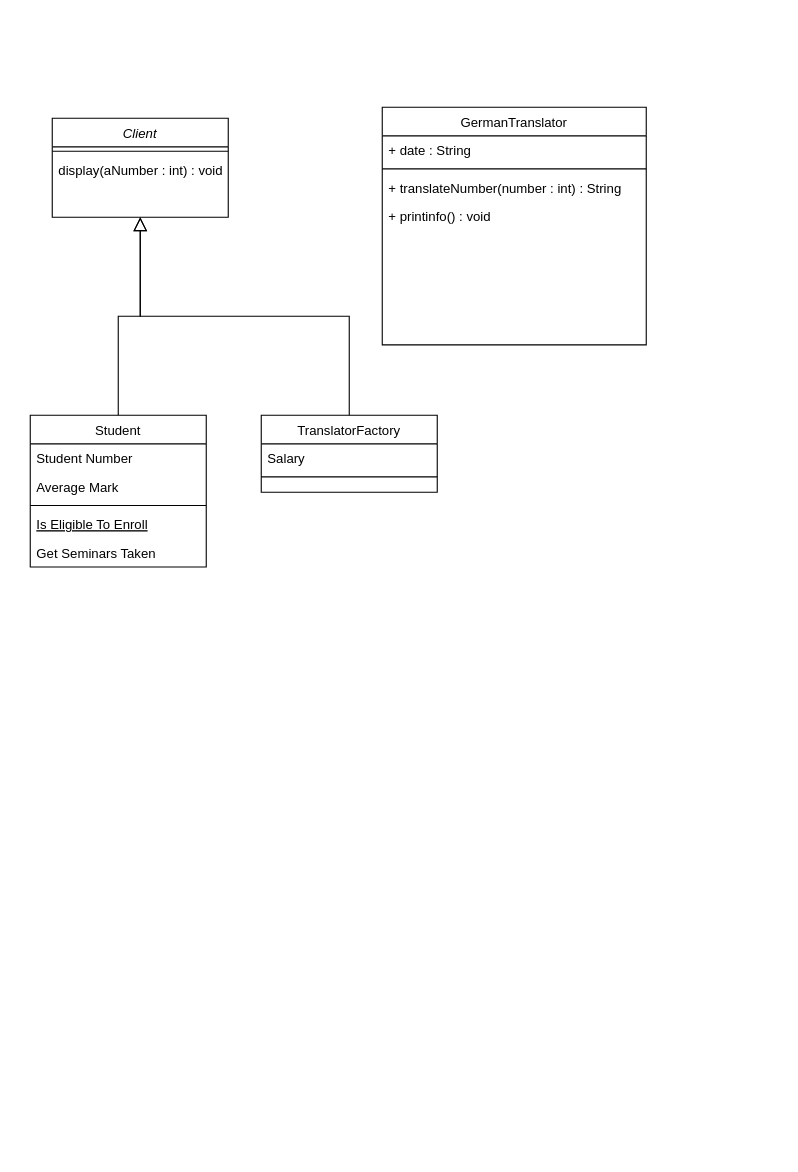
topgnikita/se1 keeps this draw.io diagram as uebung1_2.drawio. Above is the earlier version. Source tidied: cells renumbered, new cells numbered last; positions are measured from the earlier drawing's top-left corner, leaving out a move shared by most shapes. Both pictures are drawn from the tidied source at 110%, with x=0, y=0 at pixel (30, 107).
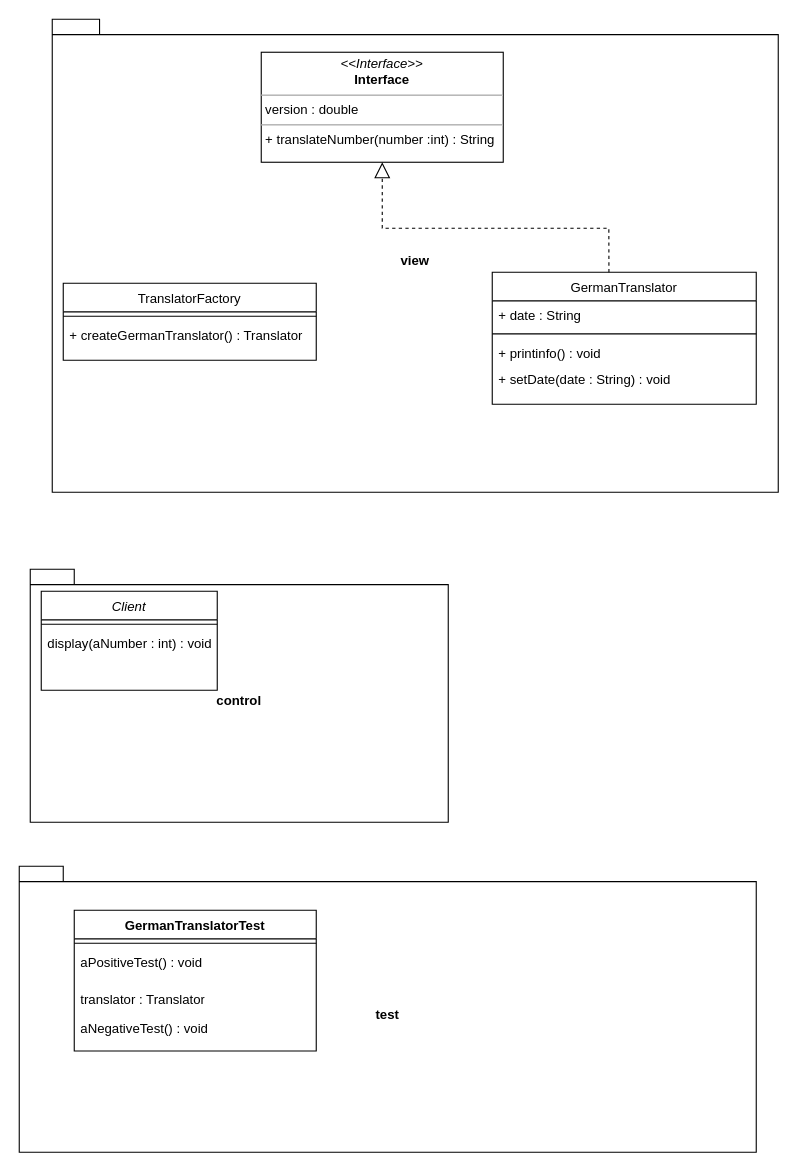
The same page after the edit.

Diff of the diagram source:
```diff
@@
+    <mxCell id="21" value="test" style="shape=folder;fontStyle=1;spacingTop=10;tabWidth=40;tabHeight=14;tabPosition=left;html=1;whiteSpace=wrap;" parent="1" vertex="1">
+      <mxGeometry x="-10" y="690" width="670" height="260" as="geometry" />
+    </mxCell>
+    <mxCell id="22" value="view" style="shape=folder;fontStyle=1;spacingTop=10;tabWidth=40;tabHeight=14;tabPosition=left;html=1;whiteSpace=wrap;" parent="1" vertex="1">
+      <mxGeometry x="20" y="-80" width="660" height="430" as="geometry" />
+    </mxCell>
+    <mxCell id="23" value="control" style="shape=folder;fontStyle=1;spacingTop=10;tabWidth=40;tabHeight=14;tabPosition=left;html=1;whiteSpace=wrap;" parent="1" vertex="1">
+      <mxGeometry y="420" width="380" height="230" as="geometry" />
+    </mxCell>
     <mxCell id="2" value="Client" style="swimlane;fontStyle=2;align=center;verticalAlign=top;horizontal=1;startSize=26;rounded=0;shadow=0;strokeWidth=1;" parent="1" vertex="1">
-      <mxGeometry x="20" y="10" width="160" height="90" as="geometry" />
+      <mxGeometry x="10" y="440" width="160" height="90" as="geometry" />
     </mxCell>
@@
-    <mxCell id="5" value="Student" style="swimlane;fontStyle=0;align=center;verticalAlign=top;horizontal=1;startSize=26;rounded=0;shadow=0;strokeWidth=1;" parent="1" vertex="1">
-      <mxGeometry y="280" width="160" height="138" as="geometry" />
-    </mxCell>
-    <mxCell id="6" value="Student Number" style="text;align=left;verticalAlign=top;spacingLeft=4;spacingRight=4;overflow=hidden;" parent="5" vertex="1">
-      <mxGeometry y="26" width="160" height="26" as="geometry" />
-    </mxCell>
-    <mxCell id="7" value="Average Mark" style="text;align=left;verticalAlign=top;spacingLeft=4;spacingRight=4;overflow=hidden;rounded=0;shadow=0;html=0;" parent="5" vertex="1">
-      <mxGeometry y="52" width="160" height="26" as="geometry" />
-    </mxCell>
-    <mxCell id="8" style="line;html=1;strokeWidth=1;align=left;verticalAlign=middle;spacingTop=-1;spacingLeft=3;spacingRight=3;labelPosition=right;" parent="5" vertex="1">
-      <mxGeometry y="78" width="160" height="8" as="geometry" />
-    </mxCell>
-    <mxCell id="9" value="Is Eligible To Enroll" style="text;align=left;verticalAlign=top;spacingLeft=4;spacingRight=4;overflow=hidden;fontStyle=4;" parent="5" vertex="1">
-      <mxGeometry y="86" width="160" height="26" as="geometry" />
-    </mxCell>
-    <mxCell id="10" value="Get Seminars Taken" style="text;align=left;verticalAlign=top;spacingLeft=4;spacingRight=4;overflow=hidden;" parent="5" vertex="1">
-      <mxGeometry y="112" width="160" height="26" as="geometry" />
-    </mxCell>
-    <mxCell id="11" style="endArrow=block;endSize=10;endFill=0;shadow=0;strokeWidth=1;rounded=0;edgeStyle=elbowEdgeStyle;elbow=vertical;" parent="1" edge="1" source="5" target="2">
-      <mxGeometry relative="1" as="geometry" />
-    </mxCell>
     <mxCell id="12" value="TranslatorFactory" style="swimlane;fontStyle=0;align=center;verticalAlign=top;horizontal=1;startSize=26;rounded=0;shadow=0;strokeWidth=1;" parent="1" vertex="1">
-      <mxGeometry x="210" y="280" width="160" height="70" as="geometry" />
+      <mxGeometry x="30" y="160" width="230" height="70" as="geometry" />
     </mxCell>
-    <mxCell id="13" value="Salary" style="text;align=left;verticalAlign=top;spacingLeft=4;spacingRight=4;overflow=hidden;" parent="12" vertex="1">
-      <mxGeometry y="26" width="160" height="26" as="geometry" />
-    </mxCell>
     <mxCell id="14" style="line;html=1;strokeWidth=1;align=left;verticalAlign=middle;spacingTop=-1;spacingLeft=3;spacingRight=3;labelPosition=right;" parent="12" vertex="1">
-      <mxGeometry y="52" width="160" height="8" as="geometry" />
+      <mxGeometry y="26" width="230" height="8" as="geometry" />
     </mxCell>
-    <mxCell id="15" style="endArrow=block;endSize=10;endFill=0;shadow=0;strokeWidth=1;rounded=0;edgeStyle=elbowEdgeStyle;elbow=vertical;" parent="1" edge="1" source="12" target="2">
-      <mxGeometry relative="1" as="geometry" />
-    </mxCell>
+    <mxCell id="24" value="+ createGermanTranslator() : Translator" style="text;strokeColor=none;fillColor=none;align=left;verticalAlign=top;spacingLeft=4;spacingRight=4;overflow=hidden;whiteSpace=wrap;html=1;" parent="12" vertex="1">
+      <mxGeometry y="34" width="230" height="36" as="geometry" />
+    </mxCell>
     <mxCell id="16" value="GermanTranslator" style="swimlane;fontStyle=0;align=center;verticalAlign=top;horizontal=1;startSize=26;rounded=0;shadow=0;strokeWidth=1;" parent="1" vertex="1">
-      <mxGeometry x="320" width="240" height="216" as="geometry" />
+      <mxGeometry x="420" y="150" width="240" height="120" as="geometry" />
     </mxCell>
@@
-    <mxCell id="19" value="+ translateNumber(number : int) : String&#10;" style="text;align=left;verticalAlign=top;spacingLeft=4;spacingRight=4;overflow=hidden;" parent="16" vertex="1">
-      <mxGeometry y="60" width="240" height="26" as="geometry" />
-    </mxCell>
     <mxCell id="20" value="+ printinfo() : void" style="text;align=left;verticalAlign=top;spacingLeft=4;spacingRight=4;overflow=hidden;" parent="16" vertex="1">
-      <mxGeometry y="86" width="240" height="26" as="geometry" />
+      <mxGeometry y="60" width="240" height="24" as="geometry" />
     </mxCell>
+    <mxCell id="25" value="+ setDate(date : String) : void" style="text;align=left;verticalAlign=top;spacingLeft=4;spacingRight=4;overflow=hidden;" parent="16" vertex="1">
+      <mxGeometry y="84" width="240" height="26" as="geometry" />
+    </mxCell>
+    <mxCell id="26" value="&lt;p style=&quot;margin:0px;margin-top:4px;text-align:center;&quot;&gt;&lt;i&gt;&amp;lt;&amp;lt;Interface&amp;gt;&amp;gt;&lt;/i&gt;&lt;br&gt;&lt;b&gt;Interface&lt;/b&gt;&lt;/p&gt;&lt;hr size=&quot;1&quot;&gt;&lt;p style=&quot;margin:0px;margin-left:4px;&quot;&gt;version : double&lt;/p&gt;&lt;hr size=&quot;1&quot;&gt;&lt;p style=&quot;margin:0px;margin-left:4px;&quot;&gt;+ translateNumber(number :int) : String&lt;br&gt;&lt;/p&gt;" style="verticalAlign=top;align=left;overflow=fill;fontSize=12;fontFamily=Helvetica;html=1;whiteSpace=wrap;" parent="1" vertex="1">
+      <mxGeometry x="210" y="-50" width="220" height="100" as="geometry" />
+    </mxCell>
+    <mxCell id="27" style="endArrow=block;dashed=1;endFill=0;endSize=12;html=1;rounded=0;entryX=0.5;entryY=1;entryDx=0;entryDy=0;exitX=0.442;exitY=0;exitDx=0;exitDy=0;exitPerimeter=0;" parent="1" edge="1" source="16" target="26">
+      <mxGeometry relative="1" as="geometry">
+        <Array as="points">
+          <mxPoint x="526" y="110" />
+          <mxPoint x="320" y="110" />
+        </Array>
+      </mxGeometry>
+    </mxCell>
+    <mxCell id="28" value="GermanTranslatorTest" style="swimlane;fontStyle=1;align=center;verticalAlign=top;horizontal=1;startSize=26;whiteSpace=wrap;html=1;" parent="1" vertex="1">
+      <mxGeometry x="40" y="730" width="220" height="128" as="geometry" />
+    </mxCell>
+    <mxCell id="29" style="line;strokeWidth=1;fillColor=none;align=left;verticalAlign=middle;spacingTop=-1;spacingLeft=3;spacingRight=3;labelPosition=right;strokeColor=inherit;" parent="28" vertex="1">
+      <mxGeometry y="26" width="220" height="8" as="geometry" />
+    </mxCell>
+    <mxCell id="30" value="aPositiveTest() : void" style="text;strokeColor=none;fillColor=none;align=left;verticalAlign=top;spacingLeft=4;spacingRight=4;overflow=hidden;whiteSpace=wrap;html=1;" parent="28" vertex="1">
+      <mxGeometry y="34" width="220" height="34" as="geometry" />
+    </mxCell>
+    <mxCell id="31" value="translator : Translator" style="text;strokeColor=none;fillColor=none;align=left;verticalAlign=top;spacingLeft=4;spacingRight=4;overflow=hidden;whiteSpace=wrap;html=1;" parent="28" vertex="1">
+      <mxGeometry y="68" width="220" height="26" as="geometry" />
+    </mxCell>
+    <mxCell id="32" value="aNegativeTest() : void" style="text;strokeColor=none;fillColor=none;align=left;verticalAlign=top;spacingLeft=4;spacingRight=4;overflow=hidden;whiteSpace=wrap;html=1;" parent="28" vertex="1">
+      <mxGeometry y="94" width="220" height="34" as="geometry" />
+    </mxCell>
```
